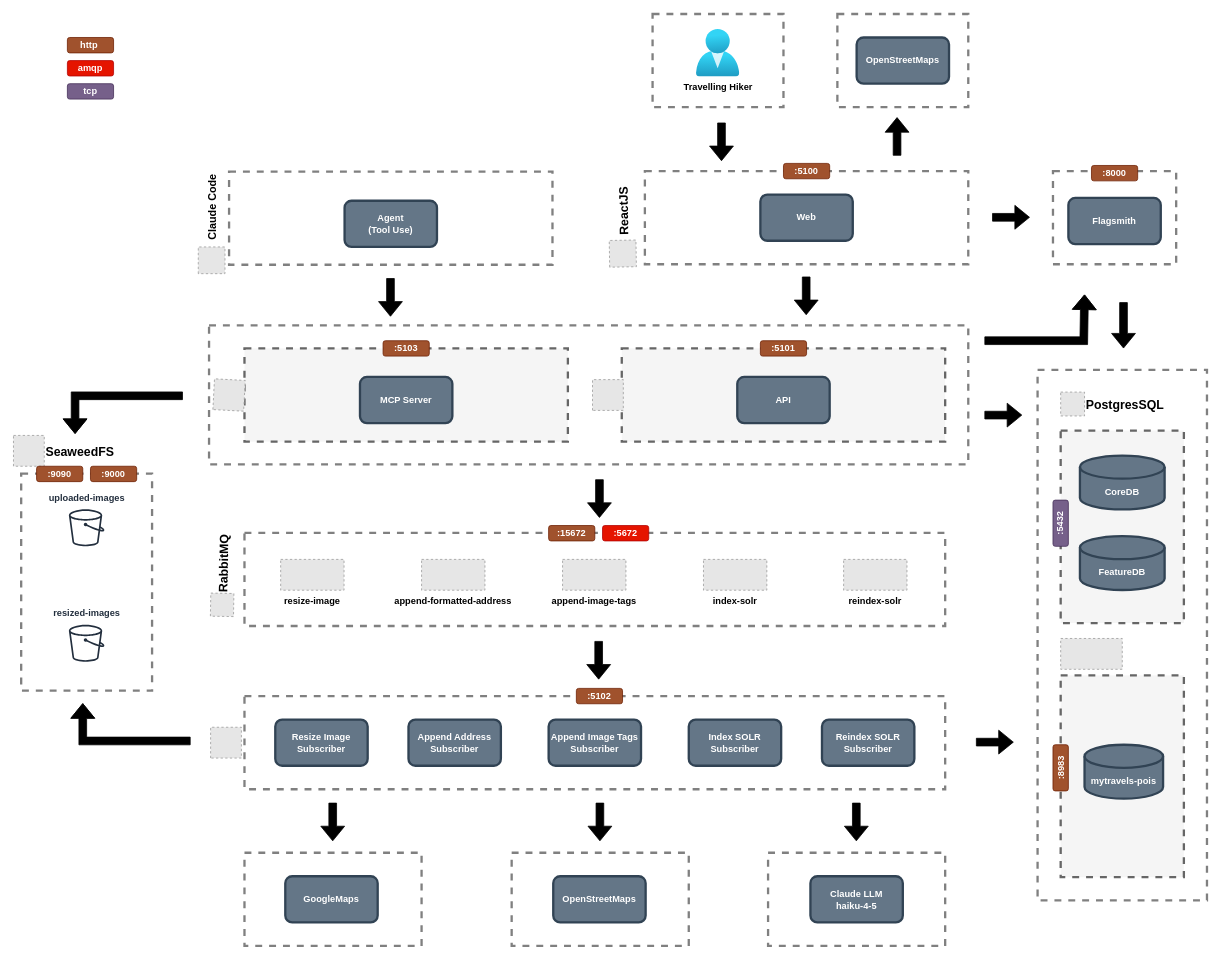
Earlier version of the draw.io diagram page "Logical Architecture" (2 of 13) of drawio/architecture.drawio (k8sforum/intro-to-k8s). Source tidied: cells renumbered, new cells numbered last; positions are measured from the earlier drawing's top-left corner, leaving out a move shared by most shapes. Both pictures are drawn from the tidied source at 77%, with x=0, y=0 at pixel (13, 14). Pictures stored in the file or linked from it are replaced by grey dashed boxes.
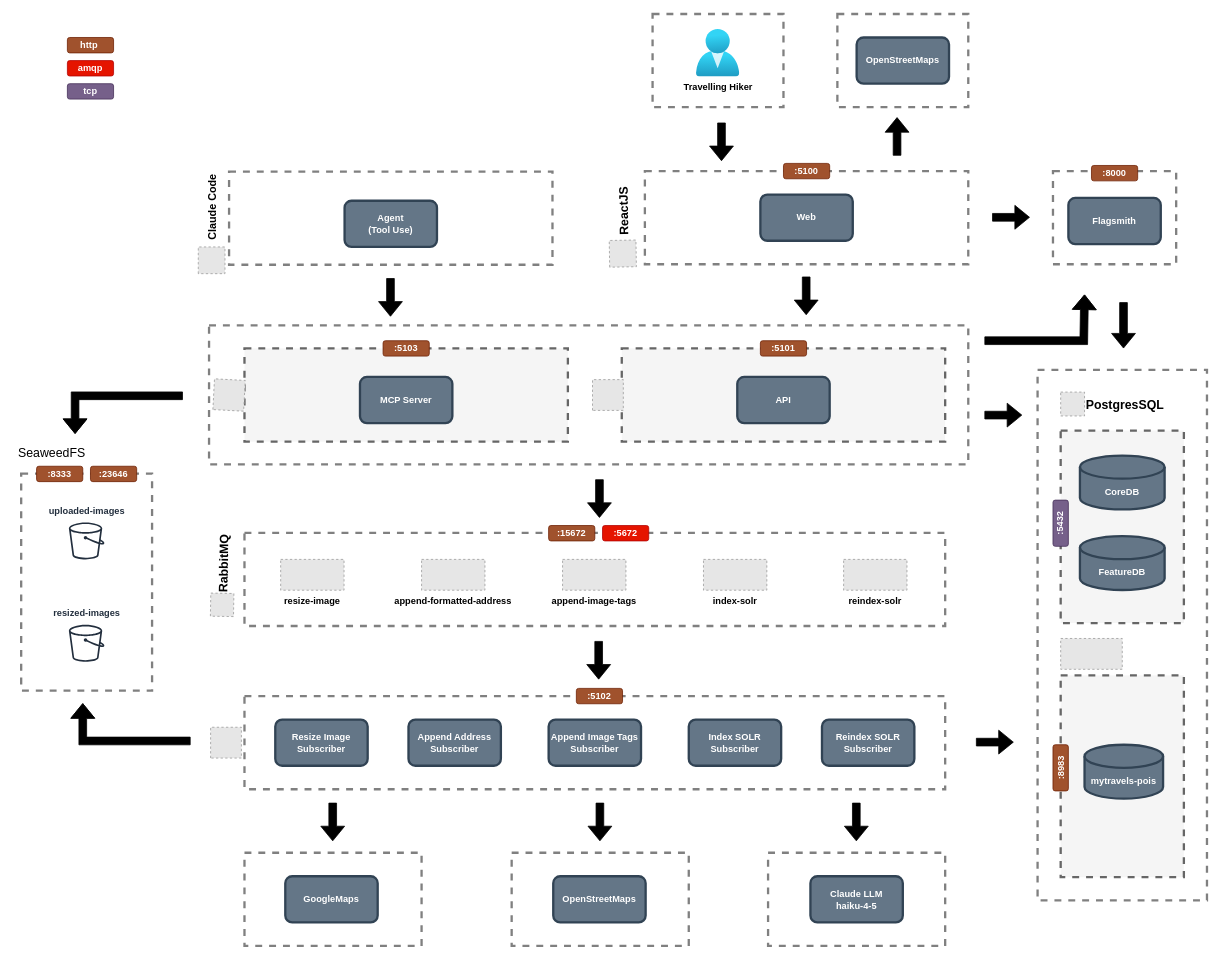
Above is the later version.

What changed in the source:
```diff
@@
     <mxCell id="14" value="&lt;b&gt;uploaded-images&lt;/b&gt;" style="sketch=0;fontColor=#232F3E;gradientColor=none;strokeColor=#232F3E;fillColor=#ffffff;dashed=0;verticalLabelPosition=top;verticalAlign=bottom;align=center;html=1;fontSize=12;fontStyle=0;shape=mxgraph.aws4.resourceIcon;resIcon=mxgraph.aws4.bucket;labelPosition=center;shadow=0;strokeWidth=3;" parent="1" vertex="1">
-      <mxGeometry x="65" y="637" width="60" height="60" as="geometry" />
+      <mxGeometry x="65" y="654" width="60" height="60" as="geometry" />
     </mxCell>
@@
-    <mxCell id="16" value="SeaweedFS" style="fillColor=#E6E6E6;strokeColor=#999999;dashed=1;verticalLabelPosition=middle;labelBackgroundColor=default;verticalAlign=middle;labelPosition=right;align=left;fontSize=16;fontStyle=1;" parent="1" vertex="1">
-      <mxGeometry y="547" width="40" height="40" as="geometry" />
-    </mxCell>
@@
-    <mxCell id="74" value="&lt;b&gt;:9000&lt;/b&gt;" style="rounded=1;whiteSpace=wrap;html=1;strokeColor=#6D1F00;fillColor=#a0522d;fontColor=#ffffff;" parent="1" vertex="1">
+    <mxCell id="74" value="&lt;b&gt;:23646&lt;/b&gt;" style="rounded=1;whiteSpace=wrap;html=1;strokeColor=#6D1F00;fillColor=#a0522d;fontColor=#ffffff;" parent="1" vertex="1">
       <mxGeometry x="100" y="587" width="60" height="20" as="geometry" />
     </mxCell>
-    <mxCell id="75" value="&lt;b&gt;:9090&lt;/b&gt;" style="rounded=1;whiteSpace=wrap;html=1;strokeColor=#6D1F00;fillColor=#a0522d;fontColor=#ffffff;" parent="1" vertex="1">
+    <mxCell id="75" value="&lt;b&gt;:8333&lt;/b&gt;" style="rounded=1;whiteSpace=wrap;html=1;strokeColor=#6D1F00;fillColor=#a0522d;fontColor=#ffffff;" parent="1" vertex="1">
       <mxGeometry x="30" y="587" width="60" height="20" as="geometry" />
     </mxCell>
@@
+    <mxCell id="16" value="&lt;font style=&quot;font-size: 16px;&quot;&gt;SeaweedFS&lt;/font&gt;" style="text;html=1;whiteSpace=wrap;strokeColor=none;fillColor=none;align=center;verticalAlign=middle;rounded=0;" parent="1" vertex="1">
+      <mxGeometry x="20" y="554.5" width="60" height="30" as="geometry" />
+    </mxCell>
```
